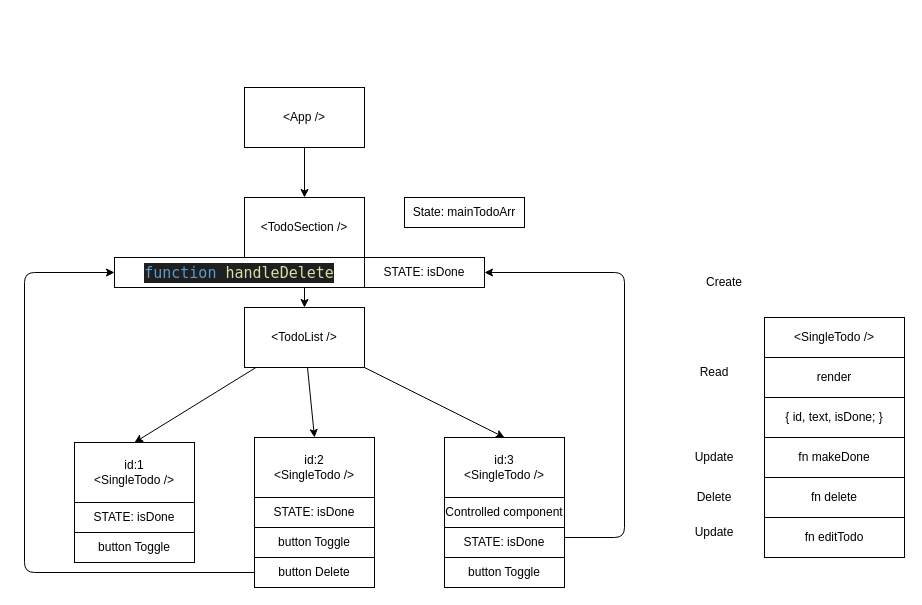
Earlier version of the draw.io diagram todo.drawio (MariusCodeAcademy/type19_06_todo_crud_app). Source tidied: cells renumbered, new cells numbered last; positions are measured from the earlier drawing's top-left corner, leaving out a move shared by most shapes. Both pictures are drawn from the tidied source at 100%, with x=0, y=0 at pixel (24, 87).
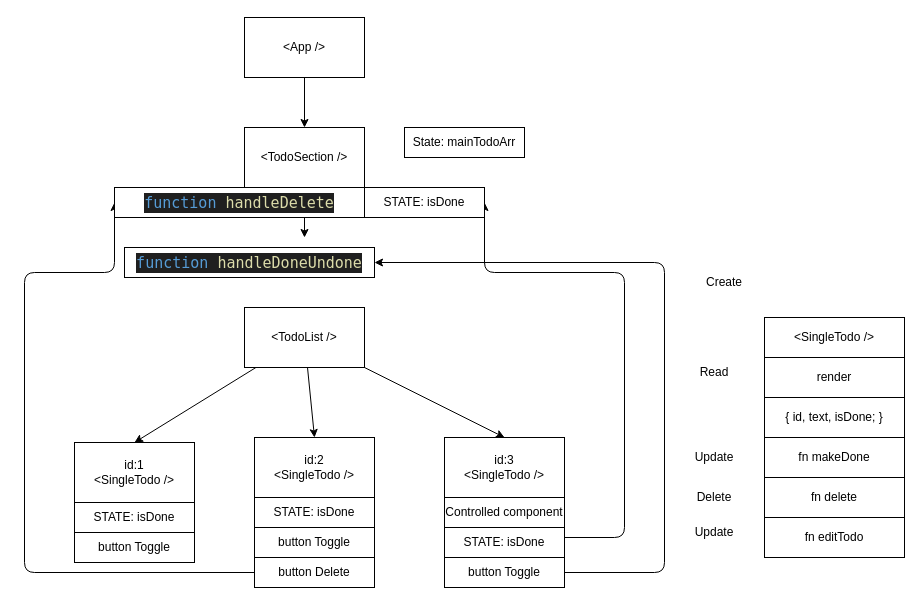
Above is the later version.

The change refers to these unchanged cells:
```xml
<mxCell id="18" value="&amp;lt;TodoList /&amp;gt;" style="rounded=0;whiteSpace=wrap;html=1;" parent="1" vertex="1">
  <mxGeometry x="220" y="220" width="120" height="60" as="geometry" />
</mxCell>
<mxCell id="32" value="button Toggle" style="rounded=0;whiteSpace=wrap;html=1;" parent="1" vertex="1">
  <mxGeometry x="420" y="470" width="120" height="30" as="geometry" />
</mxCell>
```

What changed in the source:
```diff
@@
-    <mxCell id="2" style="edgeStyle=none;html=1;entryX=0.5;entryY=0;entryDx=0;entryDy=0;" parent="1" edge="1" source="3" target="18">
-      <mxGeometry relative="1" as="geometry" />
+    <mxCell id="2" style="edgeStyle=none;html=1;entryX=0.5;entryY=0;entryDx=0;entryDy=0;" parent="1" edge="1" source="3">
+      <mxGeometry relative="1" as="geometry">
+        <mxPoint x="280" y="150" as="targetPoint" />
+      </mxGeometry>
     </mxCell>
     <mxCell id="3" value="&amp;lt;TodoSection /&amp;gt;" style="rounded=0;whiteSpace=wrap;html=1;" parent="1" vertex="1">
-      <mxGeometry x="220" y="110" width="120" height="60" as="geometry" />
+      <mxGeometry x="220" y="40" width="120" height="60" as="geometry" />
     </mxCell>
@@
     <mxCell id="23" value="&amp;lt;App /&amp;gt;" style="rounded=0;whiteSpace=wrap;html=1;" parent="1" vertex="1">
-      <mxGeometry x="220" width="120" height="60" as="geometry" />
+      <mxGeometry x="220" y="-70" width="120" height="60" as="geometry" />
     </mxCell>
     <mxCell id="24" value="State: mainTodoArr" style="rounded=0;whiteSpace=wrap;html=1;" parent="1" vertex="1">
-      <mxGeometry x="380" y="110" width="120" height="30" as="geometry" />
+      <mxGeometry x="380" y="40" width="120" height="30" as="geometry" />
     </mxCell>
@@
     <mxCell id="29" value="STATE: isDone" style="rounded=0;whiteSpace=wrap;html=1;" parent="1" vertex="1">
-      <mxGeometry x="340" y="170" width="120" height="30" as="geometry" />
+      <mxGeometry x="340" y="100" width="120" height="30" as="geometry" />
     </mxCell>
@@
+    <mxCell id="37" style="edgeStyle=orthogonalEdgeStyle;html=1;entryX=1;entryY=0.5;entryDx=0;entryDy=0;" parent="1" edge="1" source="32" target="38">
+      <mxGeometry relative="1" as="geometry">
+        <Array as="points">
+          <mxPoint x="640" y="485" />
+          <mxPoint x="640" y="175" />
+        </Array>
+      </mxGeometry>
+    </mxCell>
@@
     <mxCell id="36" value="&lt;div style=&quot;color: rgb(204, 204, 204); background-color: rgb(31, 31, 31); font-family: &amp;quot;Cascadia code PL&amp;quot;, Menlo, Monaco, &amp;quot;Courier New&amp;quot;, monospace, Consolas, &amp;quot;Courier New&amp;quot;, monospace; font-size: 15px; line-height: 20px;&quot;&gt;&lt;span style=&quot;color: #569cd6;&quot;&gt;function&lt;/span&gt; &lt;span style=&quot;color: #dcdcaa;&quot;&gt;handleDelete&lt;/span&gt;&lt;/div&gt;" style="rounded=0;whiteSpace=wrap;html=1;" parent="1" vertex="1">
-      <mxGeometry x="90" y="170" width="250" height="30" as="geometry" />
+      <mxGeometry x="90" y="100" width="250" height="30" as="geometry" />
     </mxCell>
+    <mxCell id="38" value="&lt;div style=&quot;color: rgb(204, 204, 204); background-color: rgb(31, 31, 31); font-family: &amp;quot;Cascadia code PL&amp;quot;, Menlo, Monaco, &amp;quot;Courier New&amp;quot;, monospace, Consolas, &amp;quot;Courier New&amp;quot;, monospace; font-size: 15px; line-height: 20px;&quot;&gt;&lt;span style=&quot;color: #569cd6;&quot;&gt;function&lt;/span&gt; &lt;span style=&quot;color: #dcdcaa;&quot;&gt;handleDoneUndone&lt;/span&gt;&lt;/div&gt;" style="rounded=0;whiteSpace=wrap;html=1;" parent="1" vertex="1">
+      <mxGeometry x="100" y="160" width="250" height="30" as="geometry" />
+    </mxCell>
```
